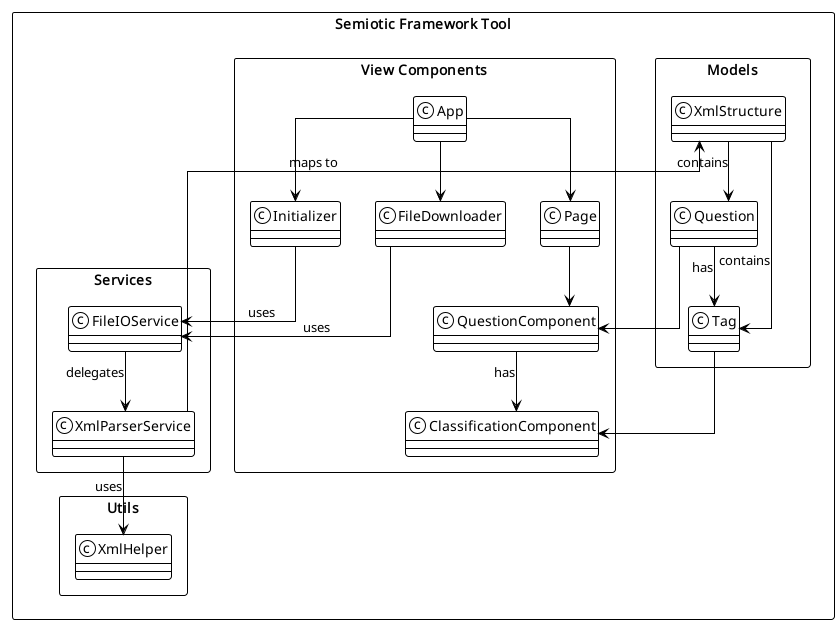
Earlier version of the PlantUML export out/docs/architecture/package/package.png (auri-gabriel/semiotic-framework-tool).
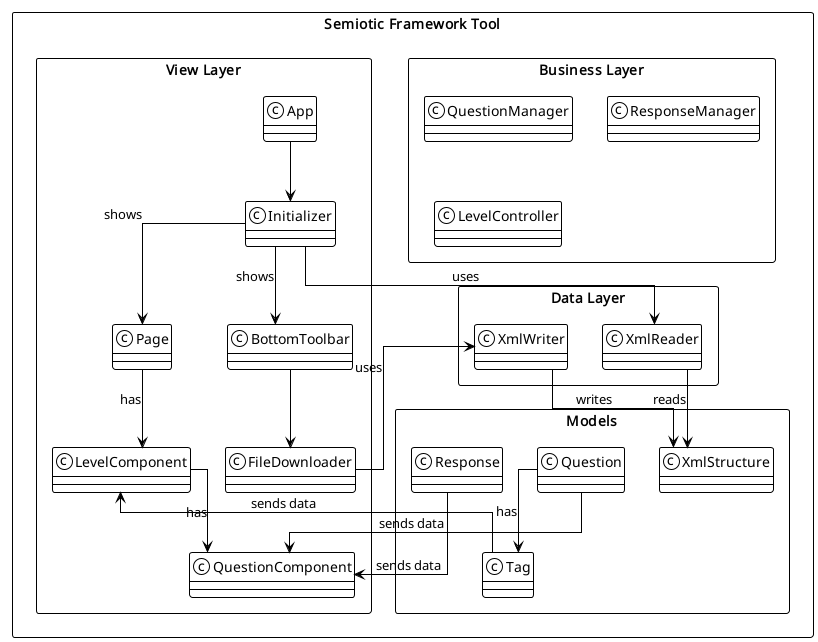
The same file after the commit.

Commit message:
Refactor package structure and update relationships in PlantUML diagram

The edit, as a diff of the source:
```diff
@@ -4,52 +4,55 @@
 skinparam linetype ortho
 
 package "Semiotic Framework Tool" {
-    package "View Components" {
+    package "View Layer" {
         class App
         class Page
         class Initializer
         class FileDownloader
+        class BottomToolbar
         class QuestionComponent
-        class ClassificationComponent
+        class LevelComponent
     }
 
-    package "Services" {
-        class XmlParserService
-        class FileIOService
+    package "Business Layer" {
+        class QuestionManager
+        class ResponseManager
+        class LevelController
+    }
+
+    package "Data Layer" {
+        class XmlReader
+        class XmlWriter
     }
 
     package "Models" {
         class Tag
         class Question
+        class Response
         class XmlStructure
     }
 
-    package "Utils" {
-        class XmlHelper
-    }
+    App --> Initializer
 
+    Initializer --> Page : shows
+    Initializer --> BottomToolbar : shows
 
+    BottomToolbar --> FileDownloader
 
-    App --> Page
-    App --> Initializer
-    App --> FileDownloader
+    Page --> LevelComponent : has
+    LevelComponent --> QuestionComponent : has
 
-    Page --> QuestionComponent
-
-    QuestionComponent --> ClassificationComponent : has
-
-    Tag --> ClassificationComponent
+    Tag --> LevelComponent : sends data
 
     Question --> Tag : has
-    Question --> QuestionComponent
+    Question --> QuestionComponent : sends data
+    Response --> QuestionComponent : sends data
 
-    Initializer --> FileIOService : uses
-    FileDownloader --> FileIOService : uses
-    FileIOService --> XmlParserService : delegates
-    XmlParserService --> XmlHelper : uses
-    XmlParserService --> XmlStructure : maps to
-    XmlStructure --> Question : contains
-    XmlStructure --> Tag : contains
+    Initializer --> XmlReader : uses
+    FileDownloader --> XmlWriter : uses
+    XmlReader --> XmlStructure : reads
+    XmlWriter --> XmlStructure : writes
+
 }
 
 @enduml
```
